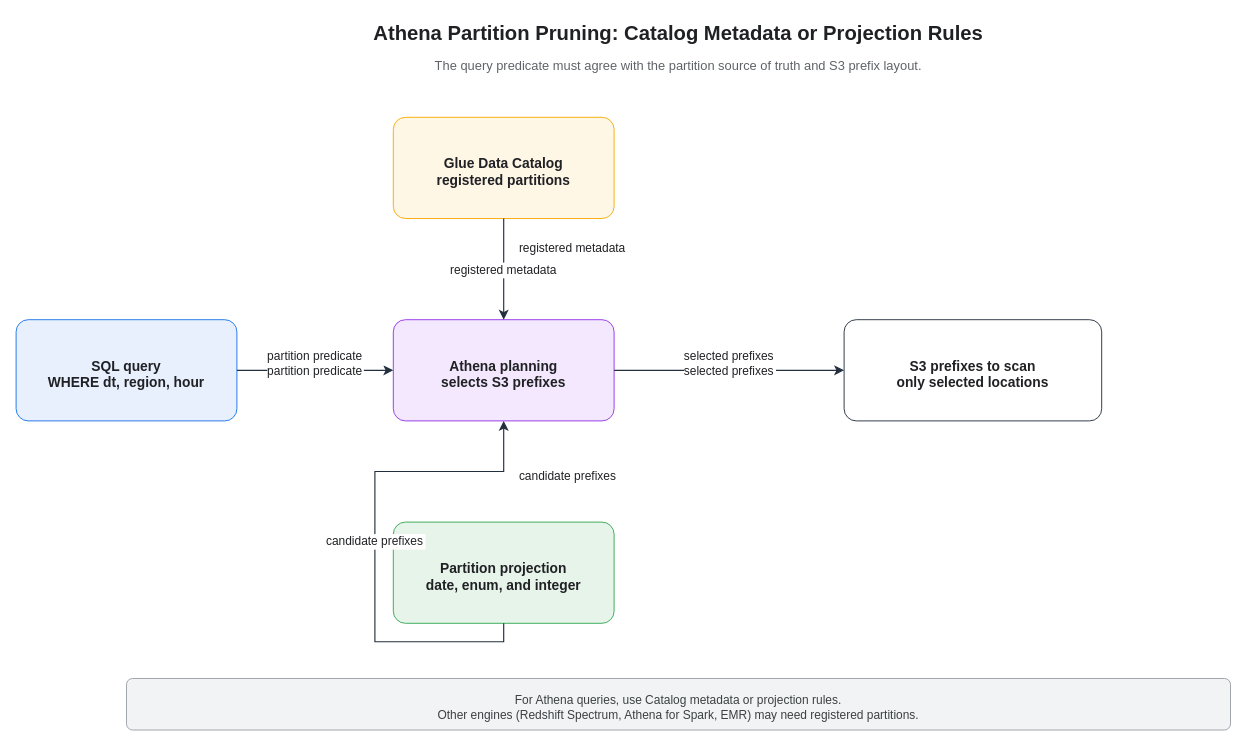
Before: assets/img/aws/aws-glue-partitioning-pruning-flow.drawio in KKamJi98/kkamji98.github.io, a draw.io diagram. Source tidied: cells renumbered, new cells numbered last; positions are measured from the earlier drawing's top-left corner, leaving out a move shared by most shapes. Both pictures are drawn from the tidied source at 92%, with x=0, y=0 at pixel (16, 16).
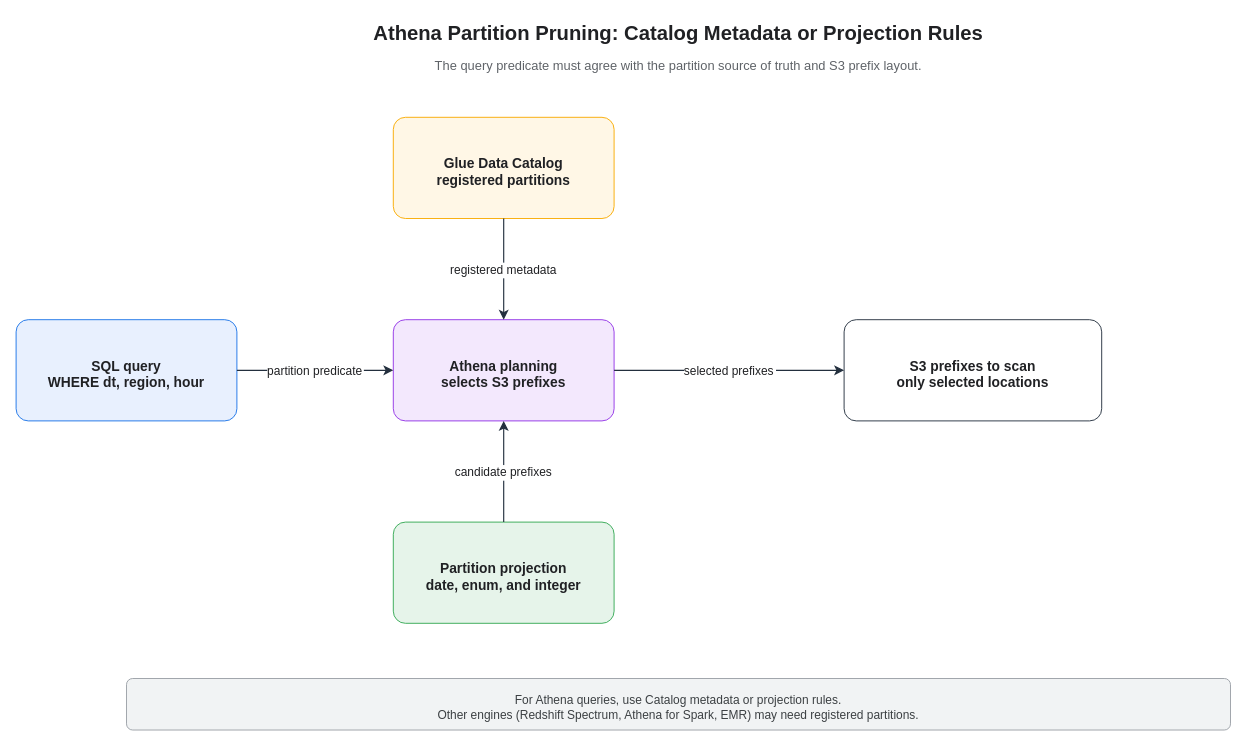
The same diagram, later.

Commit message (it also covers changes not shown here):
fix: remove duplicate edge labels and fix projection connector direction

- Remove 4 lbl-* text vertices that duplicated edge value labels
- Fix e-projection: exitY=0 -> exitY=0 (top of projection) entering
  entryY=1 (bottom of planner) for a clean vertical line
- Native drawio renders edge labels correctly, no text vertex fallback needed

Diff of the diagram source:
```diff
@@
 <mxGraphModel>
   <root>
     <mxCell id="0" />
     <mxCell id="1" parent="0" />
     <mxCell id="2" value="Athena Partition Pruning: Catalog Metadata or Projection Rules" style="text;html=0;strokeColor=none;fillColor=none;align=center;verticalAlign=middle;fontColor=#202124;fontSize=22;fontStyle=1;" parent="1" vertex="1">
       <mxGeometry x="120" width="1200" height="34" as="geometry" />
     </mxCell>
     <mxCell id="3" value="The query predicate must agree with the partition source of truth and S3 prefix layout." style="text;html=0;strokeColor=none;fillColor=none;align=center;verticalAlign=middle;fontColor=#5f6368;fontSize=14;" parent="1" vertex="1">
       <mxGeometry x="170" y="40" width="1100" height="26" as="geometry" />
     </mxCell>
     <mxCell id="4" value="SQL query&#10;WHERE dt, region, hour" style="rounded=1;whiteSpace=wrap;html=0;fillColor=#e8f0fe;strokeColor=#1a73e8;fontColor=#202124;fontSize=15;fontStyle=1;arcSize=12;spacingTop=8;" parent="1" vertex="1">
       <mxGeometry y="330" width="240" height="110" as="geometry" />
     </mxCell>
     <mxCell id="5" value="Glue Data Catalog&#10;registered partitions" style="rounded=1;whiteSpace=wrap;html=0;fillColor=#fff7e6;strokeColor=#f9ab00;fontColor=#202124;fontSize=15;fontStyle=1;arcSize=12;spacingTop=8;" parent="1" vertex="1">
       <mxGeometry x="410" y="110" width="240" height="110" as="geometry" />
     </mxCell>
     <mxCell id="6" value="Athena planning&#10;selects S3 prefixes" style="rounded=1;whiteSpace=wrap;html=0;fillColor=#f3e8fd;strokeColor=#9334e6;fontColor=#202124;fontSize=15;fontStyle=1;arcSize=12;spacingTop=8;" parent="1" vertex="1">
       <mxGeometry x="410" y="330" width="240" height="110" as="geometry" />
     </mxCell>
     <mxCell id="7" value="Partition projection&#10;date, enum, and integer" style="rounded=1;whiteSpace=wrap;html=0;fillColor=#e6f4ea;strokeColor=#34a853;fontColor=#202124;fontSize=15;fontStyle=1;arcSize=12;spacingTop=8;" parent="1" vertex="1">
       <mxGeometry x="410" y="550" width="240" height="110" as="geometry" />
     </mxCell>
     <mxCell id="8" value="S3 prefixes to scan&#10;only selected locations" style="rounded=1;whiteSpace=wrap;html=0;fillColor=#ffffff;strokeColor=#232f3e;fontColor=#202124;fontSize=15;fontStyle=1;arcSize=12;spacingTop=8;" parent="1" vertex="1">
       <mxGeometry x="900" y="330" width="280" height="110" as="geometry" />
     </mxCell>
     <mxCell id="9" value="For Athena queries, use Catalog metadata or projection rules.&#10;Other engines (Redshift Spectrum, Athena for Spark, EMR) may need registered partitions." style="rounded=1;whiteSpace=wrap;html=0;fillColor=#f1f3f4;strokeColor=#9aa0a6;fontColor=#3c4043;fontSize=13;arcSize=12;spacingTop=6;" parent="1" vertex="1">
       <mxGeometry x="120" y="720" width="1200" height="56" as="geometry" />
     </mxCell>
     <mxCell id="10" value="partition predicate" style="edgeStyle=orthogonalEdgeStyle;rounded=0;jettySize=auto;html=0;endArrow=classic;endFill=1;endSize=7;strokeWidth=1.25;strokeColor=#232F3E;fontColor=#202124;fontSize=13;labelBackgroundColor=#FFFFFF;exitX=1;exitY=0.5;exitPerimeter=1;entryX=0;entryY=0.5;entryPerimeter=1;" parent="1" edge="1" source="4" target="6">
       <mxGeometry relative="1" as="geometry" />
     </mxCell>
     <mxCell id="11" value="registered metadata" style="edgeStyle=orthogonalEdgeStyle;rounded=0;jettySize=auto;html=0;endArrow=classic;endFill=1;endSize=7;strokeWidth=1.25;strokeColor=#232F3E;fontColor=#202124;fontSize=13;labelBackgroundColor=#FFFFFF;exitX=0.5;exitY=1;exitPerimeter=1;entryX=0.5;entryY=0;entryPerimeter=1;" parent="1" edge="1" source="5" target="6">
       <mxGeometry relative="1" as="geometry" />
     </mxCell>
-    <mxCell id="12" value="candidate prefixes" style="edgeStyle=orthogonalEdgeStyle;rounded=0;jettySize=auto;html=0;endArrow=classic;endFill=1;endSize=7;strokeWidth=1.25;strokeColor=#232F3E;fontColor=#202124;fontSize=13;labelBackgroundColor=#FFFFFF;exitX=0.5;exitY=1;exitPerimeter=1;entryX=0.5;entryY=1;entryPerimeter=1;" parent="1" edge="1" source="7" target="6">
+    <mxCell id="12" value="candidate prefixes" style="edgeStyle=orthogonalEdgeStyle;rounded=0;jettySize=auto;html=0;endArrow=classic;endFill=1;endSize=7;strokeWidth=1.25;strokeColor=#232F3E;fontColor=#202124;fontSize=13;labelBackgroundColor=#FFFFFF;exitX=0.5;exitY=0;exitPerimeter=1;entryX=0.5;entryY=1;entryPerimeter=1;" parent="1" edge="1" source="7" target="6">
       <mxGeometry relative="1" as="geometry" />
     </mxCell>
     <mxCell id="13" value="selected prefixes" style="edgeStyle=orthogonalEdgeStyle;rounded=0;jettySize=auto;html=0;endArrow=classic;endFill=1;endSize=7;strokeWidth=1.25;strokeColor=#232F3E;fontColor=#202124;fontSize=13;labelBackgroundColor=#FFFFFF;exitX=1;exitY=0.5;exitPerimeter=1;entryX=0;entryY=0.5;entryPerimeter=1;" parent="1" edge="1" source="6" target="8">
       <mxGeometry relative="1" as="geometry" />
     </mxCell>
-    <mxCell id="14" value="partition predicate" style="text;html=0;strokeColor=none;fillColor=#FFFFFF;align=center;verticalAlign=middle;fontColor=#202124;fontSize=13;" parent="1" vertex="1">
-      <mxGeometry x="250" y="358" width="150" height="22" as="geometry" />
-    </mxCell>
-    <mxCell id="15" value="registered metadata" style="text;html=0;strokeColor=none;fillColor=#FFFFFF;align=left;verticalAlign=middle;fontColor=#202124;fontSize=13;" parent="1" vertex="1">
-      <mxGeometry x="545" y="240" width="170" height="22" as="geometry" />
-    </mxCell>
-    <mxCell id="16" value="candidate prefixes" style="text;html=0;strokeColor=none;fillColor=#FFFFFF;align=left;verticalAlign=middle;fontColor=#202124;fontSize=13;" parent="1" vertex="1">
-      <mxGeometry x="545" y="488" width="160" height="22" as="geometry" />
-    </mxCell>
-    <mxCell id="17" value="selected prefixes" style="text;html=0;strokeColor=none;fillColor=#FFFFFF;align=center;verticalAlign=middle;fontColor=#202124;fontSize=13;" parent="1" vertex="1">
-      <mxGeometry x="700" y="358" width="150" height="22" as="geometry" />
-    </mxCell>
   </root>
 </mxGraphModel>
```
